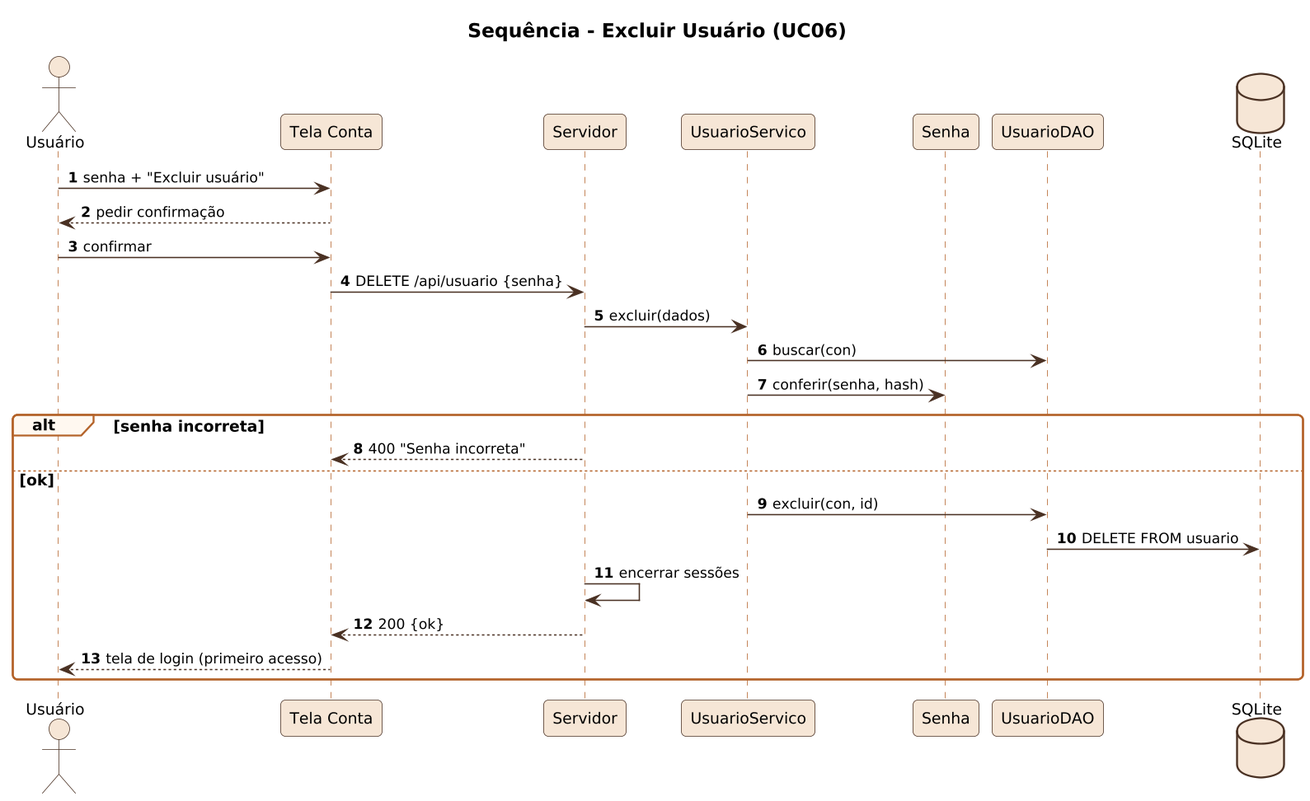
Above: docs/diagramas/png/S04_seq_excluir_usuario.png in Hallff/ConfeitaSys (PlantUML), before the change.
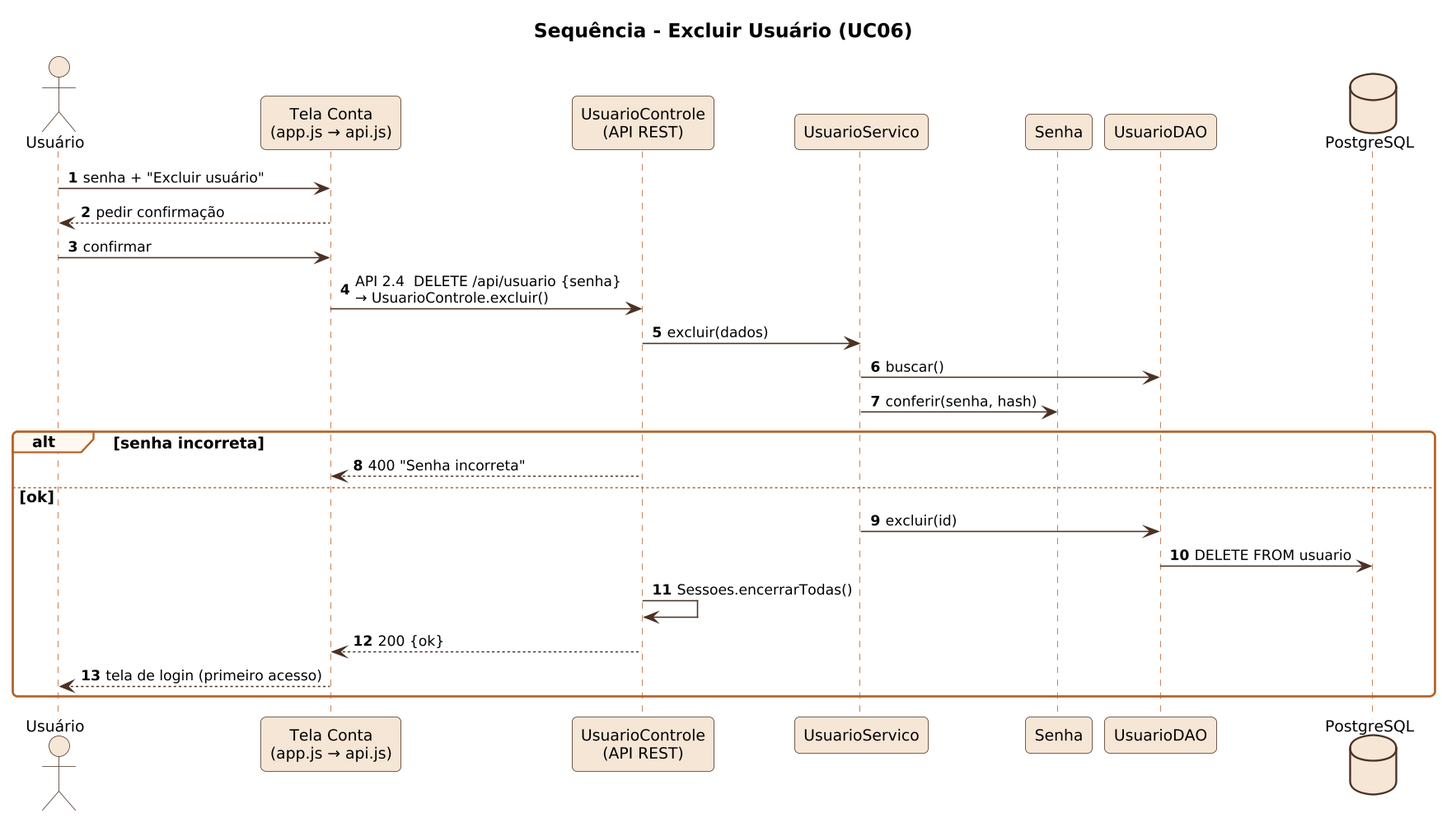
The same file after the commit.

The edit, as a diff of the source:
```diff
@@ -2,25 +2,25 @@
 !include _seq.iuml
 title Sequência - Excluir Usuário (UC06)
 actor Usuário as U
-participant "Tela Conta" as T
-participant Servidor as S
+participant "Tela Conta\n(app.js → api.js)" as T
+participant "UsuarioControle\n(API REST)" as S
 participant UsuarioServico as US
 participant Senha
 participant UsuarioDAO as D
-database SQLite as DB
+database "PostgreSQL" as DB
 U -> T : senha + "Excluir usuário"
 T --> U : pedir confirmação
 U -> T : confirmar
-T -> S : DELETE /api/usuario {senha}
+T -> S : API 2.4  DELETE /api/usuario {senha}\n→ UsuarioControle.excluir()
 S -> US : excluir(dados)
-US -> D : buscar(con)
+US -> D : buscar()
 US -> Senha : conferir(senha, hash)
 alt senha incorreta
   S --> T : 400 "Senha incorreta"
 else ok
-  US -> D : excluir(con, id)
+  US -> D : excluir(id)
   D -> DB : DELETE FROM usuario
-  S -> S : encerrar sessões
+  S -> S : Sessoes.encerrarTodas()
   S --> T : 200 {ok}
   T --> U : tela de login (primeiro acesso)
 end
```
